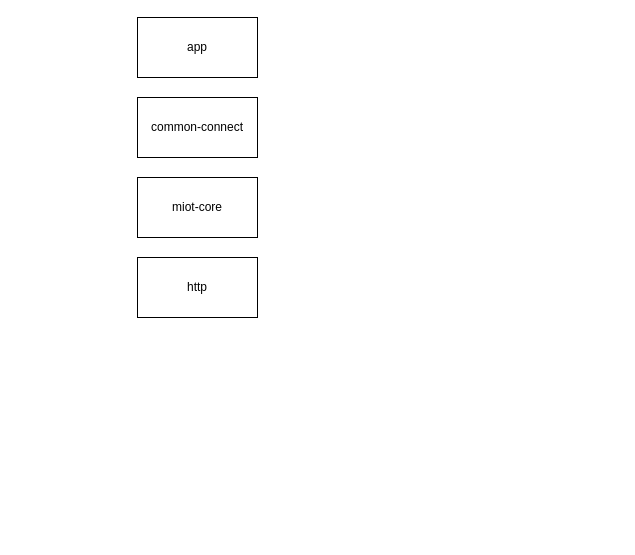
qby/DrawIO keeps this draw.io diagram as page "组件化的层级" (3 of 7) of mi_devices.drawio. Above is the earlier version. Source tidied: cells renumbered, new cells numbered last; positions are measured from the earlier drawing's top-left corner, leaving out a move shared by most shapes. Both pictures are drawn from the tidied source at 100%, with x=0, y=0 at pixel (137, 17).
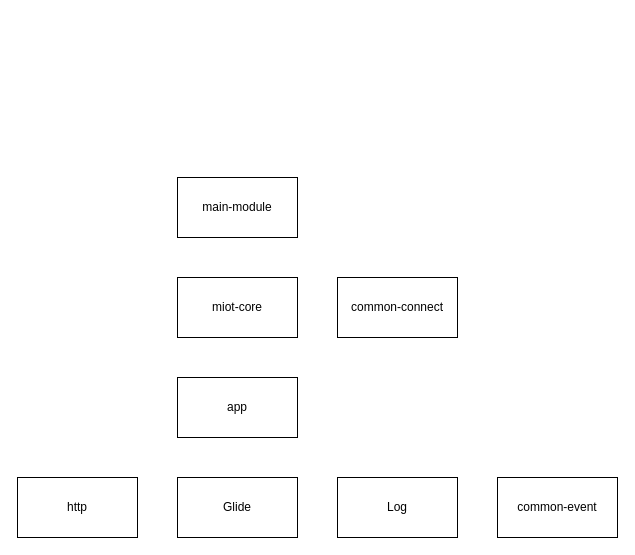
After the change.

Diff of the diagram source:
```diff
@@
 <mxGraphModel>
   <root>
     <mxCell id="0" />
     <mxCell id="1" parent="0" />
     <mxCell id="2" value="miot-core" style="whiteSpace=wrap;html=1;" parent="1" vertex="1">
-      <mxGeometry y="160" width="120" height="60" as="geometry" />
+      <mxGeometry x="40" y="260" width="120" height="60" as="geometry" />
     </mxCell>
     <mxCell id="3" value="common-connect" style="whiteSpace=wrap;html=1;" parent="1" vertex="1">
-      <mxGeometry y="80" width="120" height="60" as="geometry" />
+      <mxGeometry x="200" y="260" width="120" height="60" as="geometry" />
     </mxCell>
     <mxCell id="4" value="http" style="whiteSpace=wrap;html=1;" parent="1" vertex="1">
-      <mxGeometry y="240" width="120" height="60" as="geometry" />
+      <mxGeometry x="-120" y="460" width="120" height="60" as="geometry" />
     </mxCell>
     <mxCell id="5" value="app" style="whiteSpace=wrap;html=1;" parent="1" vertex="1">
-      <mxGeometry width="120" height="60" as="geometry" />
+      <mxGeometry x="40" y="360" width="120" height="60" as="geometry" />
     </mxCell>
+    <mxCell id="6" value="main-module" style="whiteSpace=wrap;html=1;" parent="1" vertex="1">
+      <mxGeometry x="40" y="160" width="120" height="60" as="geometry" />
+    </mxCell>
+    <mxCell id="7" value="Glide" style="whiteSpace=wrap;html=1;" parent="1" vertex="1">
+      <mxGeometry x="40" y="460" width="120" height="60" as="geometry" />
+    </mxCell>
+    <mxCell id="8" value="Log" style="whiteSpace=wrap;html=1;" parent="1" vertex="1">
+      <mxGeometry x="200" y="460" width="120" height="60" as="geometry" />
+    </mxCell>
+    <mxCell id="9" value="common-event" style="whiteSpace=wrap;html=1;" parent="1" vertex="1">
+      <mxGeometry x="360" y="460" width="120" height="60" as="geometry" />
+    </mxCell>
   </root>
 </mxGraphModel>
```
